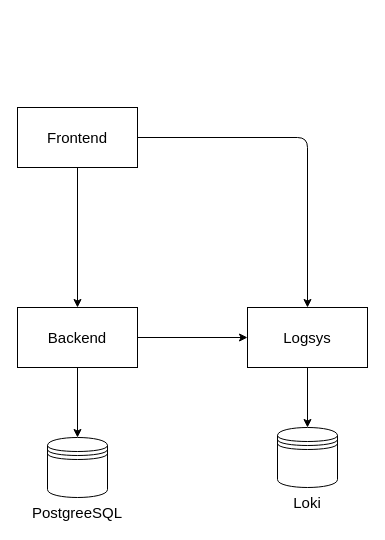
The draw.io diagram auto-1744530648341-6662.drawio in ValentinKozlov/SwampHubDocHubIDE, before the edit. Source tidied: cells renumbered, new cells numbered last; positions are measured from the earlier drawing's top-left corner, leaving out a move shared by most shapes. Both pictures are drawn from the tidied source at 100%, with x=0, y=0 at pixel (17, 107).
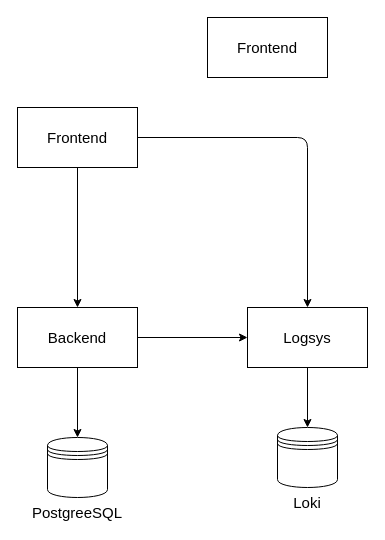
After the change.

The edit, as a diff of the source:
```diff
@@
 <mxGraphModel>
   <root>
     <mxCell id="0" />
     <mxCell id="1" parent="0" />
     <mxCell id="2" style="edgeStyle=orthogonalEdgeStyle;html=1;exitX=0.5;exitY=1;exitDx=0;exitDy=0;fontSize=15;" parent="1" edge="1" source="4" target="7">
       <mxGeometry relative="1" as="geometry" />
     </mxCell>
     <mxCell id="3" style="edgeStyle=orthogonalEdgeStyle;html=1;exitX=1;exitY=0.5;exitDx=0;exitDy=0;fontSize=15;" parent="1" edge="1" source="4" target="9">
       <mxGeometry relative="1" as="geometry" />
     </mxCell>
     <mxCell id="4" value="Frontend" style="rounded=0;whiteSpace=wrap;html=1;fontSize=15;" parent="1" vertex="1">
       <mxGeometry width="120" height="60" as="geometry" />
     </mxCell>
     <mxCell id="5" style="edgeStyle=orthogonalEdgeStyle;html=1;exitX=1;exitY=0.5;exitDx=0;exitDy=0;entryX=0;entryY=0.5;entryDx=0;entryDy=0;fontSize=15;" parent="1" edge="1" source="7" target="9">
       <mxGeometry relative="1" as="geometry" />
     </mxCell>
     <mxCell id="6" style="edgeStyle=orthogonalEdgeStyle;html=1;exitX=0.5;exitY=1;exitDx=0;exitDy=0;fontSize=15;" parent="1" edge="1" source="7" target="10">
       <mxGeometry relative="1" as="geometry" />
     </mxCell>
     <mxCell id="7" value="Backend" style="rounded=0;whiteSpace=wrap;html=1;fontSize=15;" parent="1" vertex="1">
       <mxGeometry y="200" width="120" height="60" as="geometry" />
     </mxCell>
     <mxCell id="8" style="edgeStyle=orthogonalEdgeStyle;html=1;exitX=0.5;exitY=1;exitDx=0;exitDy=0;entryX=0.5;entryY=0;entryDx=0;entryDy=0;fontSize=15;" parent="1" edge="1" source="9" target="11">
       <mxGeometry relative="1" as="geometry" />
     </mxCell>
     <mxCell id="9" value="Logsys" style="rounded=0;whiteSpace=wrap;html=1;fontSize=15;" parent="1" vertex="1">
       <mxGeometry x="230" y="200" width="120" height="60" as="geometry" />
     </mxCell>
     <mxCell id="10" value="PostgreeSQL" style="shape=datastore;whiteSpace=wrap;html=1;fontSize=15;labelPosition=center;verticalLabelPosition=bottom;align=center;verticalAlign=top;" parent="1" vertex="1">
       <mxGeometry x="30" y="330" width="60" height="60" as="geometry" />
     </mxCell>
     <mxCell id="11" value="Loki" style="shape=datastore;whiteSpace=wrap;html=1;fontSize=15;labelPosition=center;verticalLabelPosition=bottom;align=center;verticalAlign=top;" parent="1" vertex="1">
       <mxGeometry x="260" y="320" width="60" height="60" as="geometry" />
     </mxCell>
+    <mxCell id="12" value="Frontend" style="rounded=0;whiteSpace=wrap;html=1;fontSize=15;" parent="1" vertex="1">
+      <mxGeometry x="190" y="-90" width="120" height="60" as="geometry" />
+    </mxCell>
   </root>
 </mxGraphModel>
```
